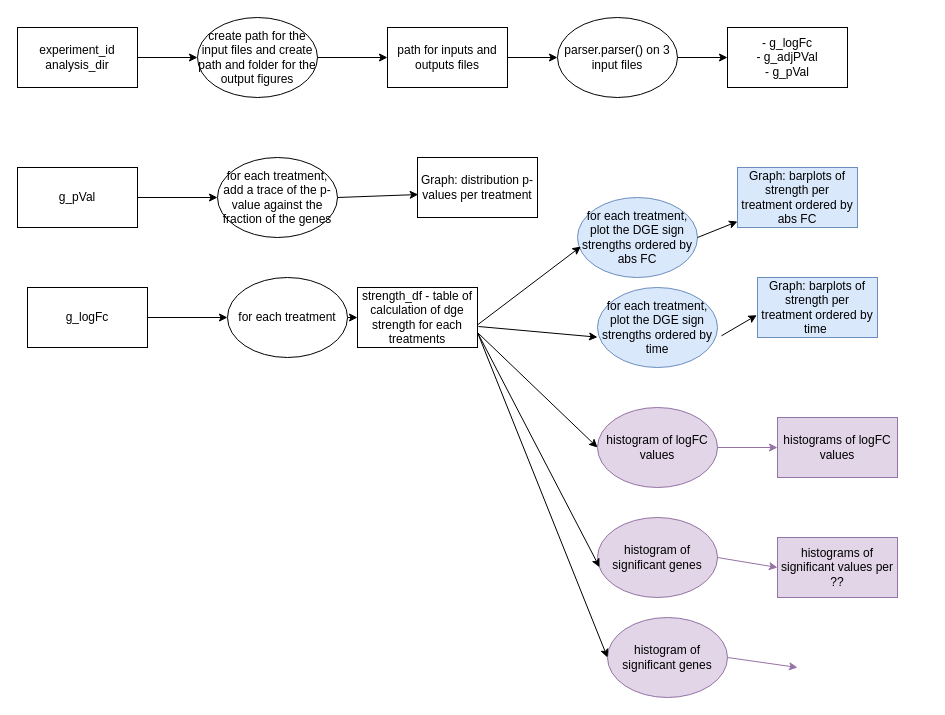
Before: 22 differential gene expression strength for H202SC21061766.drawio in Floreuzan/Test, a draw.io diagram. Source tidied: cells renumbered, new cells numbered last; positions are measured from the earlier drawing's top-left corner, leaving out a move shared by most shapes. Both pictures are drawn from the tidied source at 100%, with x=0, y=0 at pixel (17, 17).
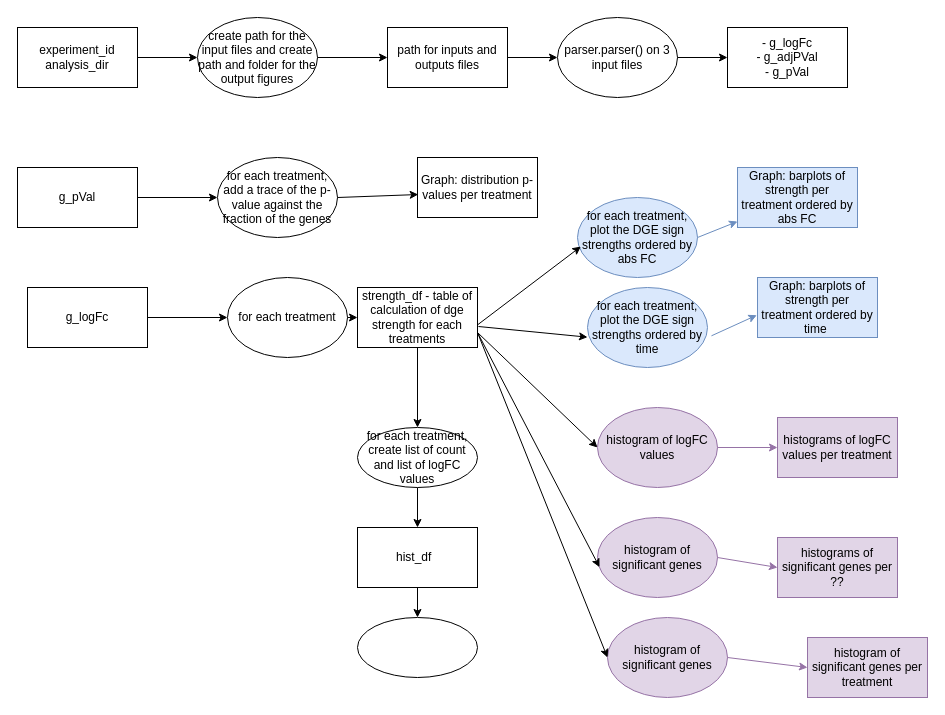
Above is the later version.

The change refers to these unchanged cells:
```xml
<mxCell id="19" value="strength_df - table of calculation of dge strength for each treatments" style="rounded=0;whiteSpace=wrap;html=1;" parent="1" vertex="1">
  <mxGeometry x="340" y="270" width="120" height="60" as="geometry" />
</mxCell>
<mxCell id="21" value="&lt;span&gt;for each treatment,&lt;/span&gt;&lt;br&gt;&lt;span&gt;plot the DGE sign strengths ordered by abs FC&lt;/span&gt;" style="ellipse;whiteSpace=wrap;html=1;fillColor=#dae8fc;strokeColor=#6c8ebf;" parent="1" vertex="1">
  <mxGeometry x="560" y="180" width="120" height="80" as="geometry" />
</mxCell>
<mxCell id="22" value="&lt;span&gt;Graph: barplots of strength per treatment ordered by abs FC&lt;/span&gt;" style="rounded=0;whiteSpace=wrap;html=1;fillColor=#dae8fc;strokeColor=#6c8ebf;" parent="1" vertex="1">
  <mxGeometry x="720" y="150" width="120" height="60" as="geometry" />
</mxCell>
<mxCell id="26" value="&lt;span&gt;Graph: barplots of strength per treatment ordered by time&amp;nbsp;&lt;/span&gt;" style="rounded=0;whiteSpace=wrap;html=1;fillColor=#dae8fc;strokeColor=#6c8ebf;" parent="1" vertex="1">
  <mxGeometry x="740" y="260" width="120" height="60" as="geometry" />
</mxCell>
<mxCell id="34" value="histogram of significant genes" style="ellipse;whiteSpace=wrap;html=1;fillColor=#e1d5e7;strokeColor=#9673a6;" parent="1" vertex="1">
  <mxGeometry x="590" y="600" width="120" height="80" as="geometry" />
</mxCell>
```

Change to the diagram source:
```diff
@@
+    <mxCell id="40" style="edgeStyle=orthogonalEdgeStyle;rounded=0;jettySize=auto;html=1;" parent="1" edge="1" source="19" target="43">
+      <mxGeometry relative="1" as="geometry" />
+    </mxCell>
@@
-    <mxCell id="24" style="endArrow=classic;html=1;exitX=1;exitY=0.5;exitDx=0;exitDy=0;" parent="1" edge="1" source="21" target="22">
+    <mxCell id="24" style="endArrow=classic;html=1;exitX=1;exitY=0.5;exitDx=0;exitDy=0;fillColor=#dae8fc;strokeColor=#6c8ebf;" parent="1" edge="1" source="21" target="22">
       <mxGeometry relative="1" as="geometry" />
     </mxCell>
     <mxCell id="25" value="for each treatment,&lt;br&gt;plot the DGE sign strengths ordered by time" style="ellipse;whiteSpace=wrap;html=1;fillColor=#dae8fc;strokeColor=#6c8ebf;" parent="1" vertex="1">
-      <mxGeometry x="580" y="270" width="120" height="80" as="geometry" />
+      <mxGeometry x="570" y="270" width="120" height="80" as="geometry" />
     </mxCell>
@@
-    <mxCell id="28" style="endArrow=classic;html=1;entryX=-0.006;entryY=0.628;entryDx=0;entryDy=0;entryPerimeter=0;exitX=1.033;exitY=0.604;exitDx=0;exitDy=0;exitPerimeter=0;" parent="1" edge="1" source="25" target="26">
+    <mxCell id="28" style="endArrow=classic;html=1;entryX=-0.006;entryY=0.628;entryDx=0;entryDy=0;entryPerimeter=0;exitX=1.033;exitY=0.604;exitDx=0;exitDy=0;exitPerimeter=0;fillColor=#dae8fc;strokeColor=#6c8ebf;" parent="1" edge="1" source="25" target="26">
       <mxGeometry relative="1" as="geometry" />
     </mxCell>
@@
-    <mxCell id="31" value="&lt;span&gt;histograms of logFC values&lt;/span&gt;" style="rounded=0;whiteSpace=wrap;html=1;fillColor=#e1d5e7;strokeColor=#9673a6;" parent="1" vertex="1">
+    <mxCell id="31" value="&lt;span&gt;histograms of logFC values per treatment&lt;/span&gt;" style="rounded=0;whiteSpace=wrap;html=1;fillColor=#e1d5e7;strokeColor=#9673a6;" parent="1" vertex="1">
       <mxGeometry x="760" y="400" width="120" height="60" as="geometry" />
     </mxCell>
@@
-    <mxCell id="35" value="histograms of significant values per&lt;br&gt;??" style="rounded=0;whiteSpace=wrap;html=1;fillColor=#e1d5e7;strokeColor=#9673a6;" parent="1" vertex="1">
+    <mxCell id="35" value="histograms of significant genes per&lt;br&gt;??" style="rounded=0;whiteSpace=wrap;html=1;fillColor=#e1d5e7;strokeColor=#9673a6;" parent="1" vertex="1">
       <mxGeometry x="760" y="520" width="120" height="60" as="geometry" />
     </mxCell>
@@
-    <mxCell id="39" style="endArrow=classic;html=1;exitX=1;exitY=0.5;exitDx=0;exitDy=0;entryX=0;entryY=0.5;entryDx=0;entryDy=0;fillColor=#e1d5e7;strokeColor=#9673a6;" parent="1" edge="1" source="34">
-      <mxGeometry relative="1" as="geometry">
-        <mxPoint x="780" y="650" as="targetPoint" />
-      </mxGeometry>
+    <mxCell id="39" style="endArrow=classic;html=1;exitX=1;exitY=0.5;exitDx=0;exitDy=0;entryX=0;entryY=0.5;entryDx=0;entryDy=0;fillColor=#e1d5e7;strokeColor=#9673a6;" parent="1" edge="1" source="34" target="41">
+      <mxGeometry relative="1" as="geometry" />
     </mxCell>
+    <mxCell id="41" value="histogram of significant genes per treatment" style="rounded=0;whiteSpace=wrap;html=1;fillColor=#e1d5e7;strokeColor=#9673a6;" parent="1" vertex="1">
+      <mxGeometry x="790" y="620" width="120" height="60" as="geometry" />
+    </mxCell>
+    <mxCell id="42" style="edgeStyle=orthogonalEdgeStyle;rounded=0;jettySize=auto;html=1;" parent="1" edge="1" source="43" target="45">
+      <mxGeometry relative="1" as="geometry" />
+    </mxCell>
+    <mxCell id="43" value="for each treatment, create list of count and list of logFC values" style="ellipse;whiteSpace=wrap;html=1;rounded=0;" parent="1" vertex="1">
+      <mxGeometry x="340" y="410" width="120" height="60" as="geometry" />
+    </mxCell>
+    <mxCell id="44" style="edgeStyle=orthogonalEdgeStyle;rounded=0;jettySize=auto;html=1;" parent="1" edge="1" source="45" target="46">
+      <mxGeometry relative="1" as="geometry" />
+    </mxCell>
+    <mxCell id="45" value="hist_df&amp;nbsp;&amp;nbsp;" style="whiteSpace=wrap;html=1;rounded=0;" parent="1" vertex="1">
+      <mxGeometry x="340" y="510" width="120" height="60" as="geometry" />
+    </mxCell>
+    <mxCell id="46" style="ellipse;whiteSpace=wrap;html=1;rounded=0;" parent="1" vertex="1">
+      <mxGeometry x="340" y="600" width="120" height="60" as="geometry" />
+    </mxCell>
```
